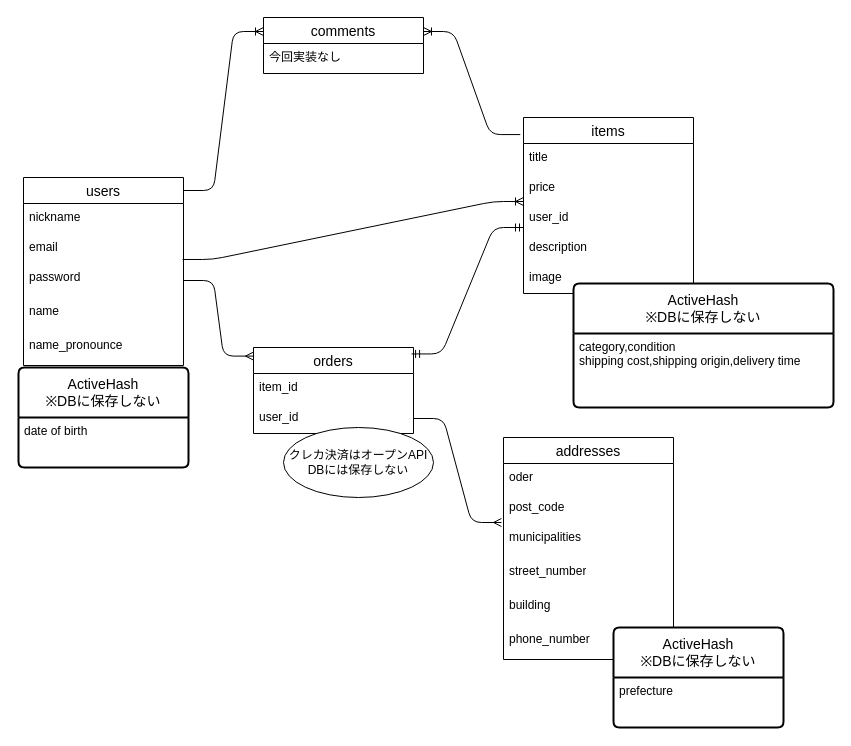
This is furimaER.dio from Tsugumi0424/furima-42277, a draw.io file, before an edit. Source tidied: cells renumbered, new cells numbered last; positions are measured from the earlier drawing's top-left corner, leaving out a move shared by most shapes. Both pictures are drawn from the tidied source at 100%, with x=0, y=0 at pixel (18, 17).
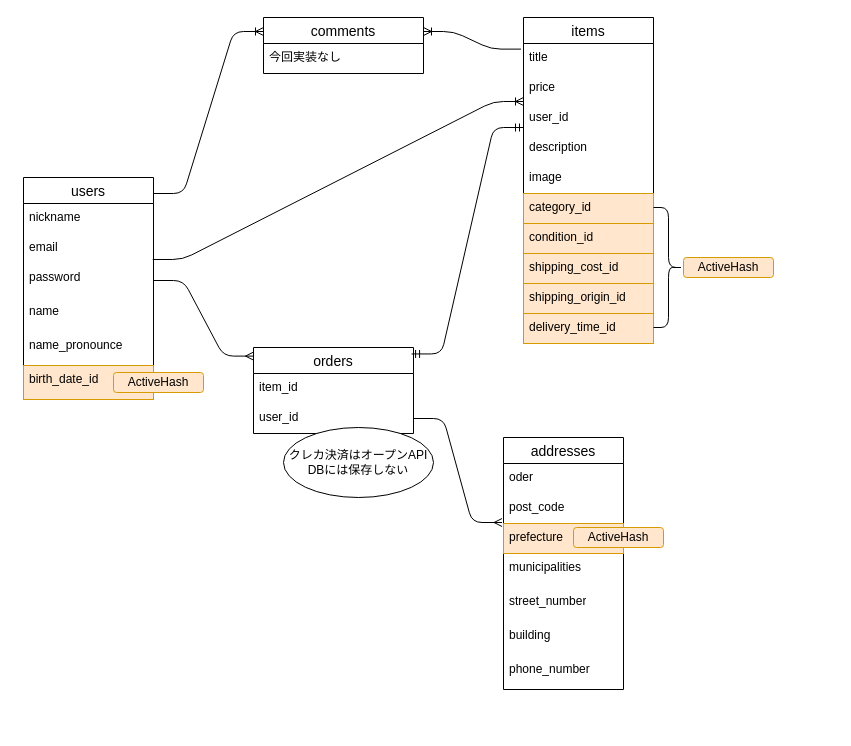
The same diagram, later.

Commit message (it also covers changes not shown here):
データベース設計(修正)

ActiveHash用のカラム、アソシエーションを追記

The change refers to these unchanged cells:
```xml
<mxCell id="16" value="comments" style="swimlane;fontStyle=0;horizontal=1;startSize=26;align=center;fontSize=14;" parent="1" vertex="1">
  <mxGeometry x="245" width="160" height="56" as="geometry" />
</mxCell>
```

Diff of the diagram source:
```diff
@@
     <mxCell id="2" value="users" style="swimlane;fontStyle=0;horizontal=1;startSize=26;align=center;fontSize=14;" parent="1" vertex="1">
-      <mxGeometry x="5" y="160" width="160" height="188" as="geometry" />
+      <mxGeometry x="5" y="160" width="130" height="222" as="geometry" />
     </mxCell>
     <mxCell id="3" value="nickname" style="text;strokeColor=none;fillColor=none;spacingLeft=4;spacingRight=4;overflow=hidden;fontSize=12;whiteSpace=wrap;html=1;" parent="2" vertex="1">
-      <mxGeometry y="26" width="160" height="30" as="geometry" />
+      <mxGeometry y="26" width="130" height="30" as="geometry" />
     </mxCell>
     <mxCell id="4" value="email" style="text;strokeColor=none;fillColor=none;spacingLeft=4;spacingRight=4;overflow=hidden;fontSize=12;whiteSpace=wrap;html=1;" parent="2" vertex="1">
-      <mxGeometry y="56" width="160" height="30" as="geometry" />
+      <mxGeometry y="56" width="130" height="30" as="geometry" />
     </mxCell>
     <mxCell id="5" value="password" style="text;strokeColor=none;fillColor=none;spacingLeft=4;spacingRight=4;overflow=hidden;points=[[0,0.5],[1,0.5]];portConstraint=eastwest;fontSize=12;whiteSpace=wrap;html=1;" parent="2" vertex="1">
-      <mxGeometry y="86" width="160" height="34" as="geometry" />
+      <mxGeometry y="86" width="130" height="34" as="geometry" />
     </mxCell>
     <mxCell id="6" value="name" style="text;strokeColor=none;fillColor=none;spacingLeft=4;spacingRight=4;overflow=hidden;fontSize=12;whiteSpace=wrap;html=1;" parent="2" vertex="1">
-      <mxGeometry y="120" width="160" height="34" as="geometry" />
+      <mxGeometry y="120" width="130" height="34" as="geometry" />
     </mxCell>
     <mxCell id="7" value="name_pronounce" style="text;strokeColor=none;fillColor=none;spacingLeft=4;spacingRight=4;overflow=hidden;fontSize=12;whiteSpace=wrap;html=1;" parent="2" vertex="1">
-      <mxGeometry y="154" width="160" height="34" as="geometry" />
+      <mxGeometry y="154" width="130" height="34" as="geometry" />
     </mxCell>
+    <mxCell id="39" value="birth_date_id" style="text;strokeColor=#d79b00;fillColor=#ffe6cc;spacingLeft=4;spacingRight=4;overflow=hidden;fontSize=12;whiteSpace=wrap;html=1;" parent="2" vertex="1">
+      <mxGeometry y="188" width="130" height="34" as="geometry" />
+    </mxCell>
     <mxCell id="8" value="items" style="swimlane;fontStyle=0;horizontal=1;startSize=26;align=center;fontSize=14;" parent="1" vertex="1">
-      <mxGeometry x="505" y="100" width="170" height="176" as="geometry" />
+      <mxGeometry x="505" width="130" height="326" as="geometry" />
     </mxCell>
     <mxCell id="9" value="title" style="text;strokeColor=none;fillColor=none;spacingLeft=4;spacingRight=4;overflow=hidden;fontSize=12;whiteSpace=wrap;html=1;" parent="8" vertex="1">
-      <mxGeometry y="26" width="170" height="30" as="geometry" />
+      <mxGeometry y="26" width="130" height="30" as="geometry" />
     </mxCell>
     <mxCell id="10" value="price" style="text;strokeColor=none;fillColor=none;spacingLeft=4;spacingRight=4;overflow=hidden;fontSize=12;whiteSpace=wrap;html=1;" parent="8" vertex="1">
-      <mxGeometry y="56" width="170" height="30" as="geometry" />
+      <mxGeometry y="56" width="130" height="30" as="geometry" />
     </mxCell>
     <mxCell id="11" value="user_id" style="text;strokeColor=none;fillColor=none;spacingLeft=4;spacingRight=4;overflow=hidden;points=[[0,0.5],[1,0.5]];portConstraint=eastwest;fontSize=12;whiteSpace=wrap;html=1;" parent="8" vertex="1">
-      <mxGeometry y="86" width="170" height="30" as="geometry" />
+      <mxGeometry y="86" width="130" height="30" as="geometry" />
     </mxCell>
     <mxCell id="12" value="description" style="text;strokeColor=none;fillColor=none;spacingLeft=4;spacingRight=4;overflow=hidden;fontSize=12;whiteSpace=wrap;html=1;" parent="8" vertex="1">
-      <mxGeometry y="116" width="170" height="30" as="geometry" />
+      <mxGeometry y="116" width="130" height="30" as="geometry" />
     </mxCell>
     <mxCell id="13" value="image" style="text;strokeColor=none;fillColor=none;spacingLeft=4;spacingRight=4;overflow=hidden;fontSize=12;whiteSpace=wrap;html=1;" parent="8" vertex="1">
-      <mxGeometry y="146" width="170" height="30" as="geometry" />
+      <mxGeometry y="146" width="130" height="30" as="geometry" />
     </mxCell>
+    <mxCell id="40" value="category_id" style="text;strokeColor=#d79b00;fillColor=#ffe6cc;spacingLeft=4;spacingRight=4;overflow=hidden;fontSize=12;whiteSpace=wrap;html=1;" parent="8" vertex="1">
+      <mxGeometry y="176" width="130" height="30" as="geometry" />
+    </mxCell>
+    <mxCell id="41" value="condition_id" style="text;strokeColor=#d79b00;fillColor=#ffe6cc;spacingLeft=4;spacingRight=4;overflow=hidden;fontSize=12;whiteSpace=wrap;html=1;" parent="8" vertex="1">
+      <mxGeometry y="206" width="130" height="30" as="geometry" />
+    </mxCell>
+    <mxCell id="42" value="shipping_cost_id" style="text;strokeColor=#d79b00;fillColor=#ffe6cc;spacingLeft=4;spacingRight=4;overflow=hidden;fontSize=12;whiteSpace=wrap;html=1;" parent="8" vertex="1">
+      <mxGeometry y="236" width="130" height="30" as="geometry" />
+    </mxCell>
+    <mxCell id="43" value="shipping_origin_id" style="text;strokeColor=#d79b00;fillColor=#ffe6cc;spacingLeft=4;spacingRight=4;overflow=hidden;fontSize=12;whiteSpace=wrap;html=1;" parent="8" vertex="1">
+      <mxGeometry y="266" width="130" height="30" as="geometry" />
+    </mxCell>
+    <mxCell id="44" value="delivery_time_id" style="text;strokeColor=#d79b00;fillColor=#ffe6cc;spacingLeft=4;spacingRight=4;overflow=hidden;fontSize=12;whiteSpace=wrap;html=1;" parent="8" vertex="1">
+      <mxGeometry y="296" width="130" height="30" as="geometry" />
+    </mxCell>
@@
     <mxCell id="18" style="edgeStyle=entityRelationEdgeStyle;fontSize=12;html=1;endArrow=ERoneToMany;entryX=0;entryY=0.25;entryDx=0;entryDy=0;" parent="1" edge="1" target="16">
       <mxGeometry relative="1" as="geometry">
-        <mxPoint x="165" y="173" as="sourcePoint" />
+        <mxPoint x="135" y="176" as="sourcePoint" />
       </mxGeometry>
     </mxCell>
@@
     <mxCell id="23" value="addresses" style="swimlane;fontStyle=0;horizontal=1;startSize=26;align=center;fontSize=14;" parent="1" vertex="1">
-      <mxGeometry x="485" y="420" width="170" height="222" as="geometry" />
+      <mxGeometry x="485" y="420" width="120" height="252" as="geometry" />
     </mxCell>
     <mxCell id="24" value="oder" style="text;strokeColor=none;fillColor=none;spacingLeft=4;spacingRight=4;overflow=hidden;fontSize=12;whiteSpace=wrap;html=1;" parent="23" vertex="1">
-      <mxGeometry y="26" width="170" height="30" as="geometry" />
+      <mxGeometry y="26" width="120" height="30" as="geometry" />
     </mxCell>
     <mxCell id="25" value="post_code" style="text;strokeColor=none;fillColor=none;spacingLeft=4;spacingRight=4;overflow=hidden;points=[[0,0.5],[1,0.5]];portConstraint=eastwest;fontSize=12;whiteSpace=wrap;html=1;" parent="23" vertex="1">
-      <mxGeometry y="56" width="170" height="30" as="geometry" />
+      <mxGeometry y="56" width="120" height="30" as="geometry" />
     </mxCell>
+    <mxCell id="32" value="prefecture" style="text;strokeColor=#d79b00;fillColor=#ffe6cc;spacingLeft=4;spacingRight=4;overflow=hidden;fontSize=12;whiteSpace=wrap;html=1;" parent="23" vertex="1">
+      <mxGeometry y="86" width="120" height="30" as="geometry" />
+    </mxCell>
     <mxCell id="26" value="municipalities" style="text;strokeColor=none;fillColor=none;spacingLeft=4;spacingRight=4;overflow=hidden;fontSize=12;whiteSpace=wrap;html=1;" parent="23" vertex="1">
-      <mxGeometry y="86" width="170" height="34" as="geometry" />
+      <mxGeometry y="116" width="120" height="34" as="geometry" />
     </mxCell>
     <mxCell id="27" value="street_number" style="text;strokeColor=none;fillColor=none;spacingLeft=4;spacingRight=4;overflow=hidden;fontSize=12;whiteSpace=wrap;html=1;" parent="23" vertex="1">
-      <mxGeometry y="120" width="170" height="34" as="geometry" />
+      <mxGeometry y="150" width="120" height="34" as="geometry" />
     </mxCell>
     <mxCell id="28" value="building" style="text;strokeColor=none;fillColor=none;spacingLeft=4;spacingRight=4;overflow=hidden;fontSize=12;whiteSpace=wrap;html=1;" parent="23" vertex="1">
-      <mxGeometry y="154" width="170" height="34" as="geometry" />
+      <mxGeometry y="184" width="120" height="34" as="geometry" />
     </mxCell>
     <mxCell id="29" value="phone_number" style="text;strokeColor=none;fillColor=none;spacingLeft=4;spacingRight=4;overflow=hidden;fontSize=12;whiteSpace=wrap;html=1;" parent="23" vertex="1">
-      <mxGeometry y="188" width="170" height="34" as="geometry" />
+      <mxGeometry y="218" width="120" height="34" as="geometry" />
     </mxCell>
@@
-    <mxCell id="31" value="ActiveHash&lt;div&gt;※DBに保存しない&lt;/div&gt;" style="swimlane;horizontal=1;startSize=50;rounded=1;fontSize=14;fontStyle=0;strokeWidth=2;shadow=0;dashed=0;align=center;arcSize=4;whiteSpace=wrap;html=1;" parent="1" vertex="1">
-      <mxGeometry x="595" y="610" width="170" height="100" as="geometry" />
-    </mxCell>
-    <mxCell id="32" value="prefecture" style="align=left;strokeColor=none;fillColor=none;spacingLeft=4;fontSize=12;verticalAlign=top;html=1;" parent="31" vertex="1">
-      <mxGeometry y="50" width="170" height="50" as="geometry" />
-    </mxCell>
@@
-    <mxCell id="34" value="ActiveHash&lt;div&gt;※DBに保存しない&lt;/div&gt;" style="swimlane;horizontal=1;startSize=50;rounded=1;fontSize=14;fontStyle=0;strokeWidth=2;shadow=0;dashed=0;align=center;arcSize=4;whiteSpace=wrap;html=1;" parent="1" vertex="1">
-      <mxGeometry x="555" y="266" width="260" height="124" as="geometry" />
-    </mxCell>
-    <mxCell id="35" value="category,condition&lt;div&gt;&lt;font color=&quot;#000000&quot;&gt;shipping cost,shipping origin,delivery time&lt;/font&gt;&lt;/div&gt;" style="align=left;strokeColor=none;fillColor=none;spacingLeft=4;fontSize=12;verticalAlign=top;html=1;" parent="34" vertex="1">
-      <mxGeometry y="50" width="260" height="74" as="geometry" />
-    </mxCell>
-    <mxCell id="36" value="ActiveHash&lt;div&gt;※DBに保存しない&lt;/div&gt;" style="swimlane;horizontal=1;startSize=50;rounded=1;fontSize=14;fontStyle=0;strokeWidth=2;shadow=0;dashed=0;align=center;arcSize=4;whiteSpace=wrap;html=1;" parent="1" vertex="1">
-      <mxGeometry y="350" width="170" height="100" as="geometry" />
-    </mxCell>
-    <mxCell id="37" value="date of birth" style="align=left;strokeColor=none;fillColor=none;spacingLeft=4;fontSize=12;verticalAlign=top;html=1;" parent="36" vertex="1">
-      <mxGeometry y="50" width="170" height="50" as="geometry" />
-    </mxCell>
@@
+    <mxCell id="45" value="&lt;span style=&quot;color: rgb(0, 0, 0); font-family: Helvetica; font-style: normal; font-variant-ligatures: normal; font-variant-caps: normal; font-weight: 400; letter-spacing: normal; orphans: 2; text-align: center; text-indent: 0px; text-transform: none; widows: 2; word-spacing: 0px; -webkit-text-stroke-width: 0px; white-space: normal; text-decoration-thickness: initial; text-decoration-style: initial; text-decoration-color: initial; float: none; display: inline !important;&quot;&gt;&lt;font style=&quot;&quot;&gt;ActiveHash&lt;/font&gt;&lt;/span&gt;" style="rounded=1;whiteSpace=wrap;html=1;fillColor=#ffe6cc;strokeColor=#d79b00;" parent="1" vertex="1">
+      <mxGeometry x="95" y="355" width="90" height="20" as="geometry" />
+    </mxCell>
+    <mxCell id="46" value="&lt;span style=&quot;color: rgb(0, 0, 0); font-family: Helvetica; font-style: normal; font-variant-ligatures: normal; font-variant-caps: normal; font-weight: 400; letter-spacing: normal; orphans: 2; text-align: center; text-indent: 0px; text-transform: none; widows: 2; word-spacing: 0px; -webkit-text-stroke-width: 0px; white-space: normal; text-decoration-thickness: initial; text-decoration-style: initial; text-decoration-color: initial; float: none; display: inline !important;&quot;&gt;&lt;font style=&quot;&quot;&gt;ActiveHash&lt;/font&gt;&lt;/span&gt;" style="rounded=1;whiteSpace=wrap;html=1;fillColor=#ffe6cc;strokeColor=#d79b00;" parent="1" vertex="1">
+      <mxGeometry x="665" y="240" width="90" height="20" as="geometry" />
+    </mxCell>
+    <mxCell id="47" style="shape=curlyBracket;whiteSpace=wrap;html=1;rounded=1;flipH=1;labelPosition=right;verticalLabelPosition=middle;align=left;verticalAlign=middle;" parent="1" vertex="1">
+      <mxGeometry x="635" y="190" width="30" height="120" as="geometry" />
+    </mxCell>
+    <mxCell id="48" value="&lt;span style=&quot;color: rgb(0, 0, 0); font-family: Helvetica; font-style: normal; font-variant-ligatures: normal; font-variant-caps: normal; font-weight: 400; letter-spacing: normal; orphans: 2; text-align: center; text-indent: 0px; text-transform: none; widows: 2; word-spacing: 0px; -webkit-text-stroke-width: 0px; white-space: normal; text-decoration-thickness: initial; text-decoration-style: initial; text-decoration-color: initial; float: none; display: inline !important;&quot;&gt;&lt;font style=&quot;&quot;&gt;ActiveHash&lt;/font&gt;&lt;/span&gt;" style="rounded=1;whiteSpace=wrap;html=1;fillColor=#ffe6cc;strokeColor=#d79b00;" parent="1" vertex="1">
+      <mxGeometry x="555" y="510" width="90" height="20" as="geometry" />
+    </mxCell>
```
